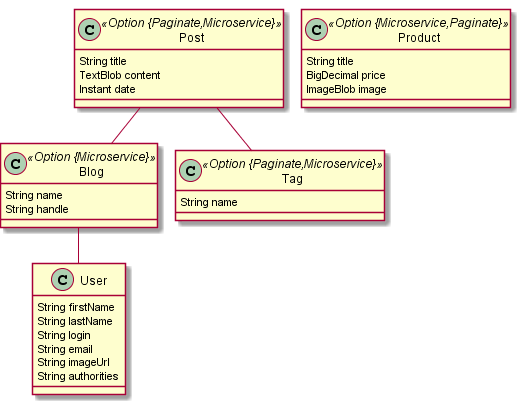
The PlantUML diagram jdl-samples/microservices-blog-store.png in aguilasa/tcc_II, before a commit.
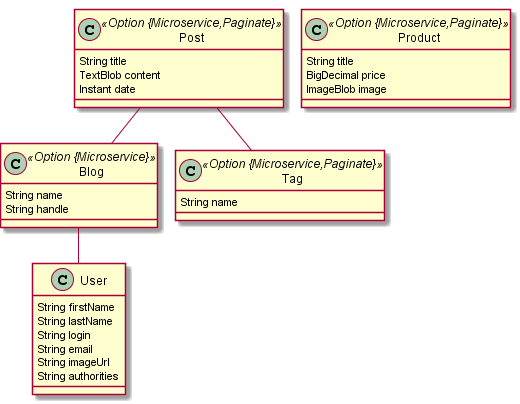
The same file after the commit.

The edit, as a diff of the source:
```diff
@@ -5,12 +5,12 @@
 		String name
 		String handle
 	}
-	class Post <<Option {Paginate,Microservice}>> {
+	class Post <<Option {Microservice,Paginate}>> {
 		String title
 		TextBlob content
 		Instant date
 	}
-	class Tag <<Option {Paginate,Microservice}>> {
+	class Tag <<Option {Microservice,Paginate}>> {
 		String name
 	}
 	class Product <<Option {Microservice,Paginate}>> {
```
